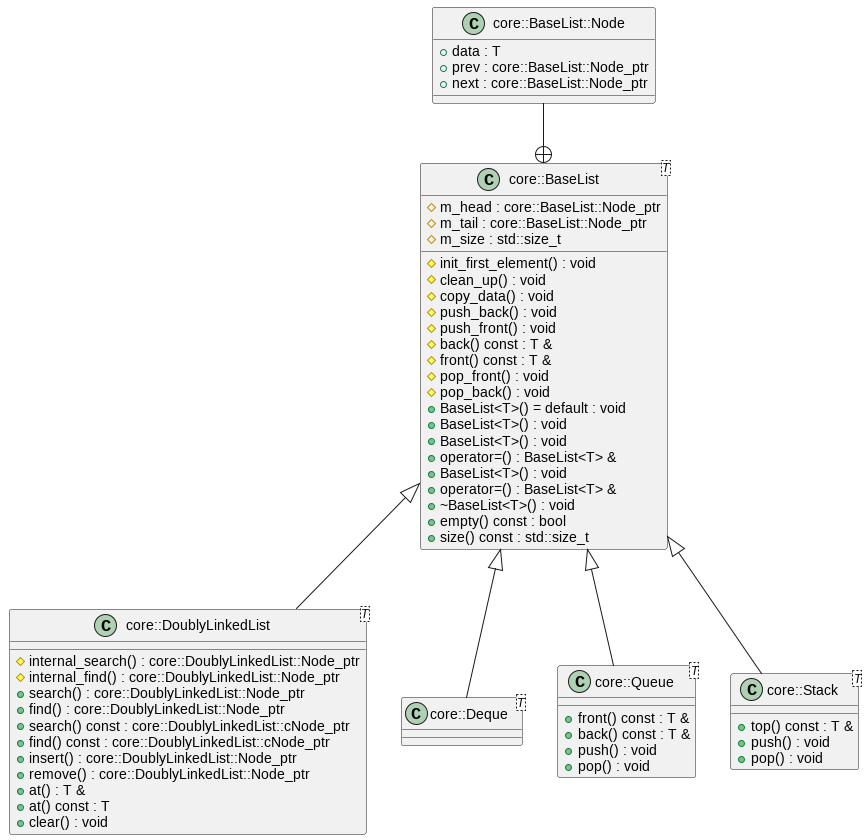
Above: docs/diagrams/core.png in jalsol/jalviz (PlantUML), before the change.
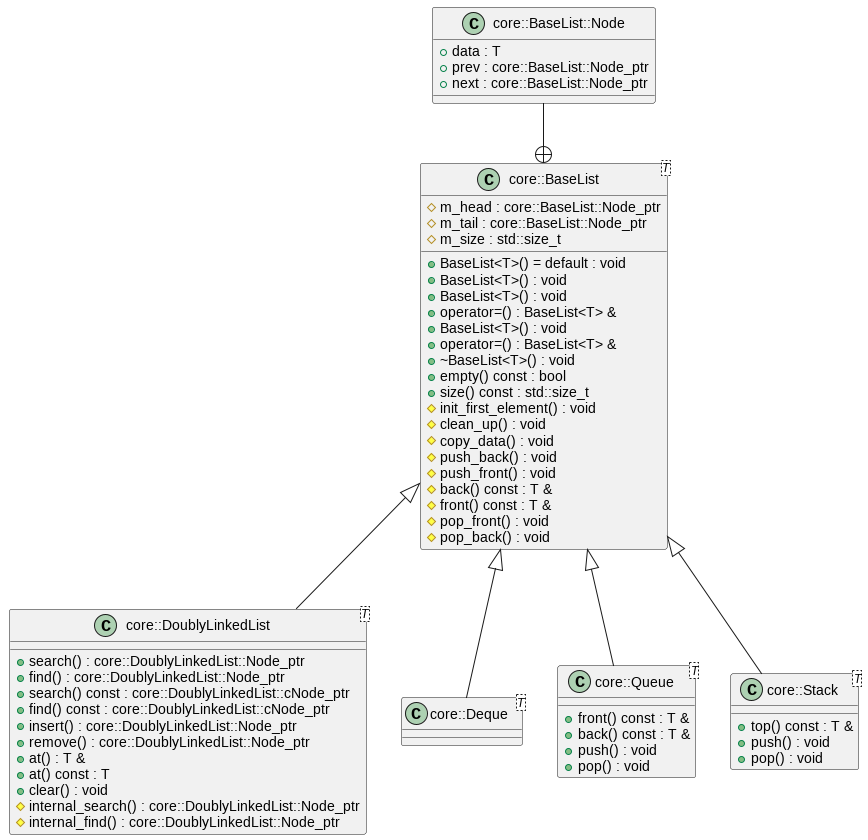
The same file after the commit.

Diff of the diagram source:
```diff
@@ -1,6 +1,15 @@
 @startuml
 class "core::BaseList<T>" as C_0001210299381800214398
 class C_0001210299381800214398 {
++BaseList<T>() = default : void
++BaseList<T>() : void
++BaseList<T>() : void
++operator=() : BaseList<T> &
++BaseList<T>() : void
++operator=() : BaseList<T> &
++~BaseList<T>() : void
++empty() const : bool
++size() const : std::size_t
 #init_first_element() : void
 #clean_up() : void
 #copy_data() : void
@@ -10,15 +19,6 @@
 #front() const : T &
 #pop_front() : void
 #pop_back() : void
-+BaseList<T>() = default : void
-+BaseList<T>() : void
-+BaseList<T>() : void
-+operator=() : BaseList<T> &
-+BaseList<T>() : void
-+operator=() : BaseList<T> &
-+~BaseList<T>() : void
-+empty() const : bool
-+size() const : std::size_t
 #m_head : core::BaseList::Node_ptr
 #m_tail : core::BaseList::Node_ptr
 #m_size : std::size_t
@@ -31,8 +31,6 @@
 }
 class "core::DoublyLinkedList<T>" as C_0001119460634631637164
 class C_0001119460634631637164 {
-#internal_search() : core::DoublyLinkedList::Node_ptr
-#internal_find() : core::DoublyLinkedList::Node_ptr
 +search() : core::DoublyLinkedList::Node_ptr
 +find() : core::DoublyLinkedList::Node_ptr
 +search() const : core::DoublyLinkedList::cNode_ptr
@@ -42,6 +40,8 @@
 +at() : T &
 +at() const : T
 +clear() : void
+#internal_search() : core::DoublyLinkedList::Node_ptr
+#internal_find() : core::DoublyLinkedList::Node_ptr
 }
 class "core::Deque<T>" as C_0000733147301305978309
 class C_0000733147301305978309 {
```
